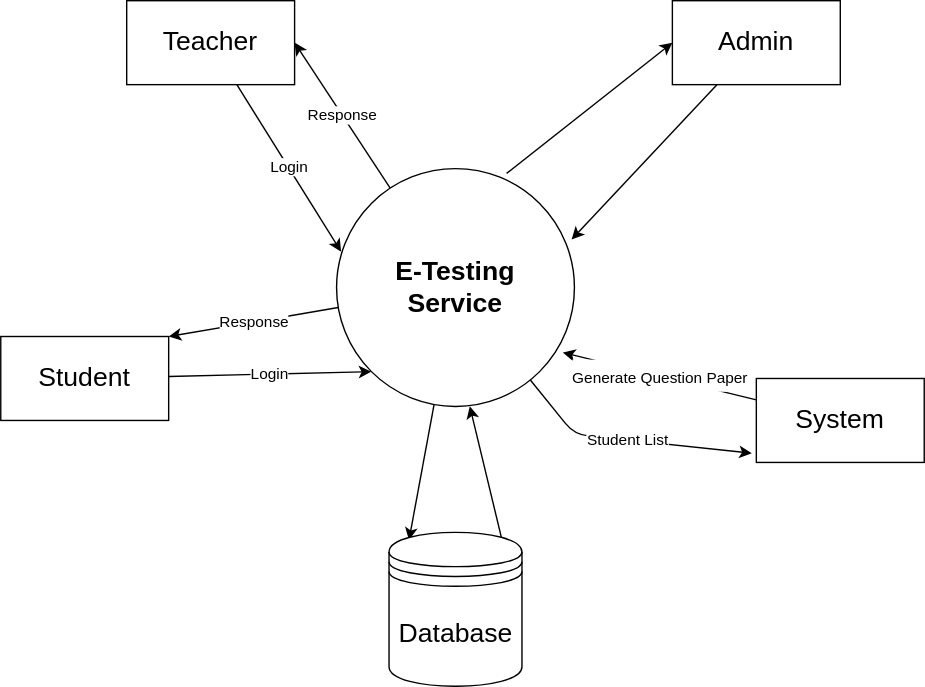
The draw.io diagram DFD lvl 0 .drawio.svg in Zaeem6100/FYP-Documents, before a commit. Source tidied: cells renumbered, new cells last; positions are measured from the earlier drawing's top-left corner, leaving out a move shared by most shapes.
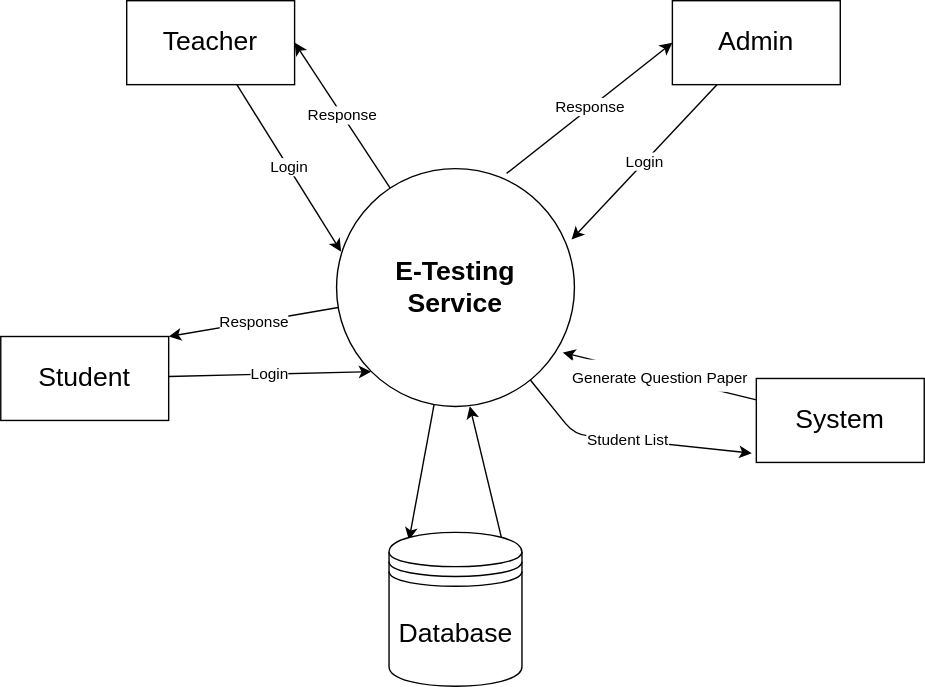
Above is the later version.

What changed in the source:
```diff
@@ -32,10 +32,10 @@
     <mxCell id="11" value="Teacher" style="rounded=0;whiteSpace=wrap;html=1;fontSize=19;" parent="1" vertex="1">
       <mxGeometry x="90" width="120" height="60" as="geometry" />
     </mxCell>
-    <mxCell id="12" style="edgeStyle=none;rounded=1;jettySize=auto;html=1;entryX=0.715;entryY=0.02;entryDx=0;entryDy=0;entryPerimeter=0;fontSize=11;startArrow=classic;startFill=1;endArrow=none;endFill=0;exitX=0;exitY=0.5;exitDx=0;exitDy=0;" parent="1" edge="1" source="14" target="5">
+    <mxCell id="12" value="Response" style="edgeStyle=none;rounded=1;jettySize=auto;html=1;entryX=0.715;entryY=0.02;entryDx=0;entryDy=0;entryPerimeter=0;fontSize=11;startArrow=classic;startFill=1;endArrow=none;endFill=0;exitX=0;exitY=0.5;exitDx=0;exitDy=0;" parent="1" edge="1" source="14" target="5">
       <mxGeometry relative="1" as="geometry" />
     </mxCell>
-    <mxCell id="13" style="edgeStyle=none;rounded=1;jettySize=auto;html=1;entryX=0.988;entryY=0.298;entryDx=0;entryDy=0;entryPerimeter=0;fontSize=11;startArrow=none;startFill=0;endArrow=classic;endFill=1;" parent="1" edge="1" source="14" target="5">
+    <mxCell id="13" value="Login" style="edgeStyle=none;rounded=1;jettySize=auto;html=1;entryX=0.988;entryY=0.298;entryDx=0;entryDy=0;entryPerimeter=0;fontSize=11;startArrow=none;startFill=0;endArrow=classic;endFill=1;" parent="1" edge="1" source="14" target="5">
       <mxGeometry relative="1" as="geometry" />
     </mxCell>
     <mxCell id="14" value="Admin" style="rounded=0;whiteSpace=wrap;html=1;fontSize=19;" parent="1" vertex="1">
```
